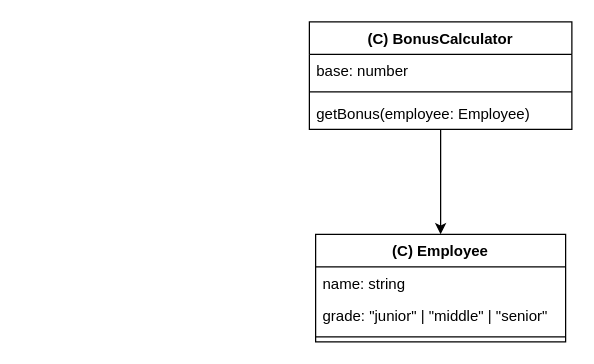
Earlier version of the draw.io diagram 03-SOLID原則/オープンクローズド原則/badExample.drawio (bamboo-house/Good-Code). Source tidied: cells renumbered, new cells numbered last; positions are measured from the earlier drawing's top-left corner, leaving out a move shared by most shapes. Both pictures are drawn from the tidied source at 125%, with x=0, y=0 at pixel (309, 21).
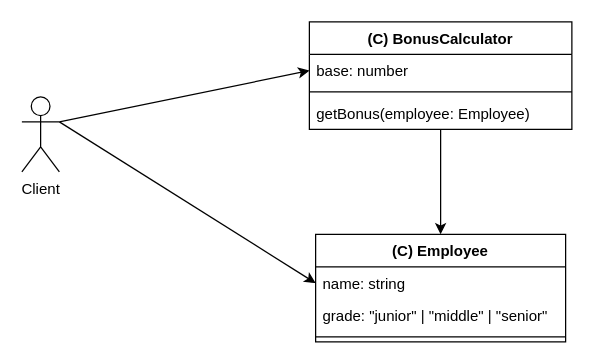
The same diagram, later.

The edit, as a diff of the source:
```diff
@@
 <mxGraphModel>
   <root>
     <mxCell id="0" />
     <mxCell id="1" parent="0" />
     <mxCell id="2" style="edgeStyle=none;html=1;exitX=0.5;exitY=1;exitDx=0;exitDy=0;" parent="1" edge="1" source="3" target="7">
       <mxGeometry relative="1" as="geometry" />
     </mxCell>
     <mxCell id="3" value="(C) BonusCalculator" style="swimlane;fontStyle=1;align=center;verticalAlign=top;horizontal=1;startSize=26;" parent="1" vertex="1">
       <mxGeometry width="210" height="86" as="geometry" />
     </mxCell>
     <mxCell id="4" value="base: number" style="text;strokeColor=none;fillColor=none;align=left;verticalAlign=top;spacingLeft=4;spacingRight=4;overflow=hidden;points=[[0,0.5],[1,0.5]];portConstraint=eastwest;" parent="3" vertex="1">
       <mxGeometry y="26" width="210" height="26" as="geometry" />
     </mxCell>
     <mxCell id="5" style="line;strokeWidth=1;fillColor=none;align=left;verticalAlign=middle;spacingTop=-1;spacingLeft=3;spacingRight=3;labelPosition=right;strokeColor=inherit;" parent="3" vertex="1">
       <mxGeometry y="52" width="210" height="8" as="geometry" />
     </mxCell>
     <mxCell id="6" value="getBonus(employee: Employee)" style="text;strokeColor=none;fillColor=none;align=left;verticalAlign=top;spacingLeft=4;spacingRight=4;overflow=hidden;" parent="3" vertex="1">
       <mxGeometry y="60" width="210" height="26" as="geometry" />
     </mxCell>
     <mxCell id="7" value="(C) Employee" style="swimlane;fontStyle=1;align=center;verticalAlign=top;horizontal=1;startSize=26;" parent="1" vertex="1">
       <mxGeometry x="5" y="170" width="200" height="86" as="geometry" />
     </mxCell>
     <mxCell id="8" value="name: string" style="text;strokeColor=none;fillColor=none;align=left;verticalAlign=top;spacingLeft=4;spacingRight=4;overflow=hidden;points=[[0,0.5],[1,0.5]];portConstraint=eastwest;" parent="7" vertex="1">
       <mxGeometry y="26" width="200" height="26" as="geometry" />
     </mxCell>
     <mxCell id="9" value="grade: &quot;junior&quot; | &quot;middle&quot; | &quot;senior&quot;" style="text;strokeColor=none;fillColor=none;align=left;verticalAlign=top;spacingLeft=4;spacingRight=4;overflow=hidden;" parent="7" vertex="1">
       <mxGeometry y="52" width="200" height="26" as="geometry" />
     </mxCell>
     <mxCell id="10" style="line;strokeWidth=1;fillColor=none;align=left;verticalAlign=middle;spacingTop=-1;spacingLeft=3;spacingRight=3;labelPosition=right;strokeColor=inherit;" parent="7" vertex="1">
       <mxGeometry y="78" width="200" height="8" as="geometry" />
     </mxCell>
+    <mxCell id="11" style="edgeStyle=none;html=1;exitX=1;exitY=0.3333333333333333;exitDx=0;exitDy=0;exitPerimeter=0;entryX=0;entryY=0.5;entryDx=0;entryDy=0;" parent="1" edge="1" source="13" target="4">
+      <mxGeometry relative="1" as="geometry" />
+    </mxCell>
+    <mxCell id="12" style="edgeStyle=none;html=1;exitX=1;exitY=0.3333333333333333;exitDx=0;exitDy=0;exitPerimeter=0;entryX=0;entryY=0.5;entryDx=0;entryDy=0;" parent="1" edge="1" source="13" target="8">
+      <mxGeometry relative="1" as="geometry" />
+    </mxCell>
+    <mxCell id="13" value="Client" style="shape=umlActor;verticalLabelPosition=bottom;verticalAlign=top;html=1;outlineConnect=0;" parent="1" vertex="1">
+      <mxGeometry x="-230" y="60" width="30" height="60" as="geometry" />
+    </mxCell>
   </root>
 </mxGraphModel>
```
